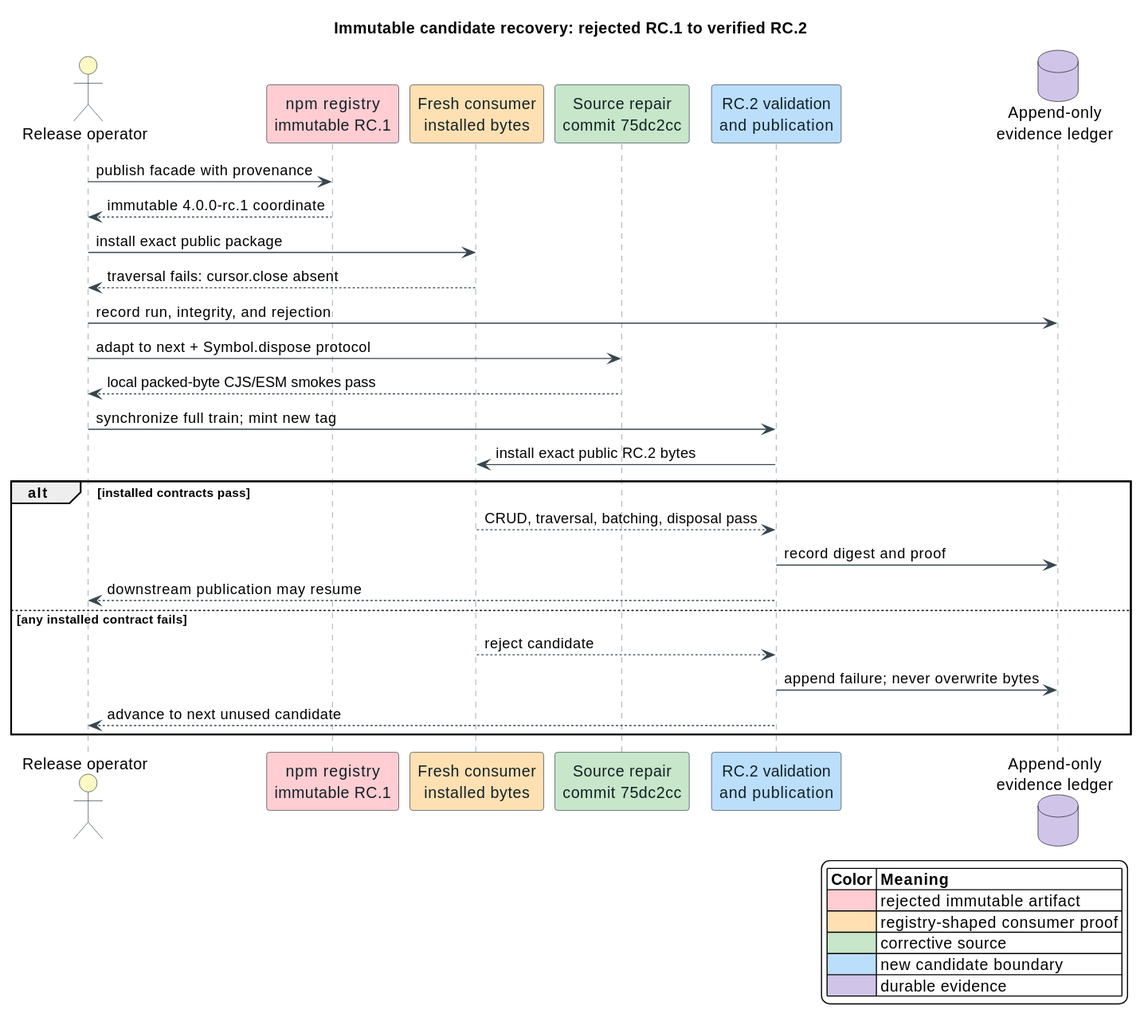
Before: docs/diagrams/bindings/rejected-candidate-recovery.svg, a diagram exported from PlantUML (vinary-tree/liblevenshtein-rust). Its source is kept beside it as docs/diagrams/bindings/rejected-candidate-recovery.puml. The source it was exported from:
```plantuml
@startuml
skinparam backgroundColor #FFFFFF
skinparam shadowing false
skinparam sequence {
  ArrowColor #37474F
  ActorBorderColor #37474F
  LifeLineBorderColor #78909C
  LifeLineBackgroundColor #ECEFF1
  ParticipantBorderColor #37474F
  ParticipantFontColor #102027
}

title Immutable candidate recovery: rejected RC.1 to verified RC.2

actor "Release operator" as OP #FFF9C4
participant "npm registry\nimmutable RC.1" as NPM1 #FFCDD2
participant "Fresh consumer\ninstalled bytes" as CONSUMER #FFE0B2
participant "Source repair\ncommit 75dc2cc" as SOURCE #C8E6C9
participant "RC.2 validation\nand publication" as RC2 #BBDEFB
database "Append-only\nevidence ledger" as LEDGER #D1C4E9

OP -> NPM1 : publish facade with provenance
NPM1 --> OP : immutable 4.0.0-rc.1 coordinate
OP -> CONSUMER : install exact public package
CONSUMER --> OP : traversal fails: cursor.close absent
OP -> LEDGER : record run, integrity, and rejection
OP -> SOURCE : adapt to next + Symbol.dispose protocol
SOURCE --> OP : local packed-byte CJS/ESM smokes pass
OP -> RC2 : synchronize full train; mint new tag
RC2 -> CONSUMER : install exact public RC.2 bytes
alt installed contracts pass
  CONSUMER --> RC2 : CRUD, traversal, batching, disposal pass
  RC2 -> LEDGER : record digest and proof
  RC2 --> OP : downstream publication may resume
else any installed contract fails
  CONSUMER --> RC2 : reject candidate
  RC2 -> LEDGER : append failure; never overwrite bytes
  RC2 --> OP : advance to next unused candidate
end

legend right
  |= Color |= Meaning |
  |<#FFCDD2>| rejected immutable artifact |
  |<#FFE0B2>| registry-shaped consumer proof |
  |<#C8E6C9>| corrective source |
  |<#BBDEFB>| new candidate boundary |
  |<#D1C4E9>| durable evidence |
endlegend
@enduml
```
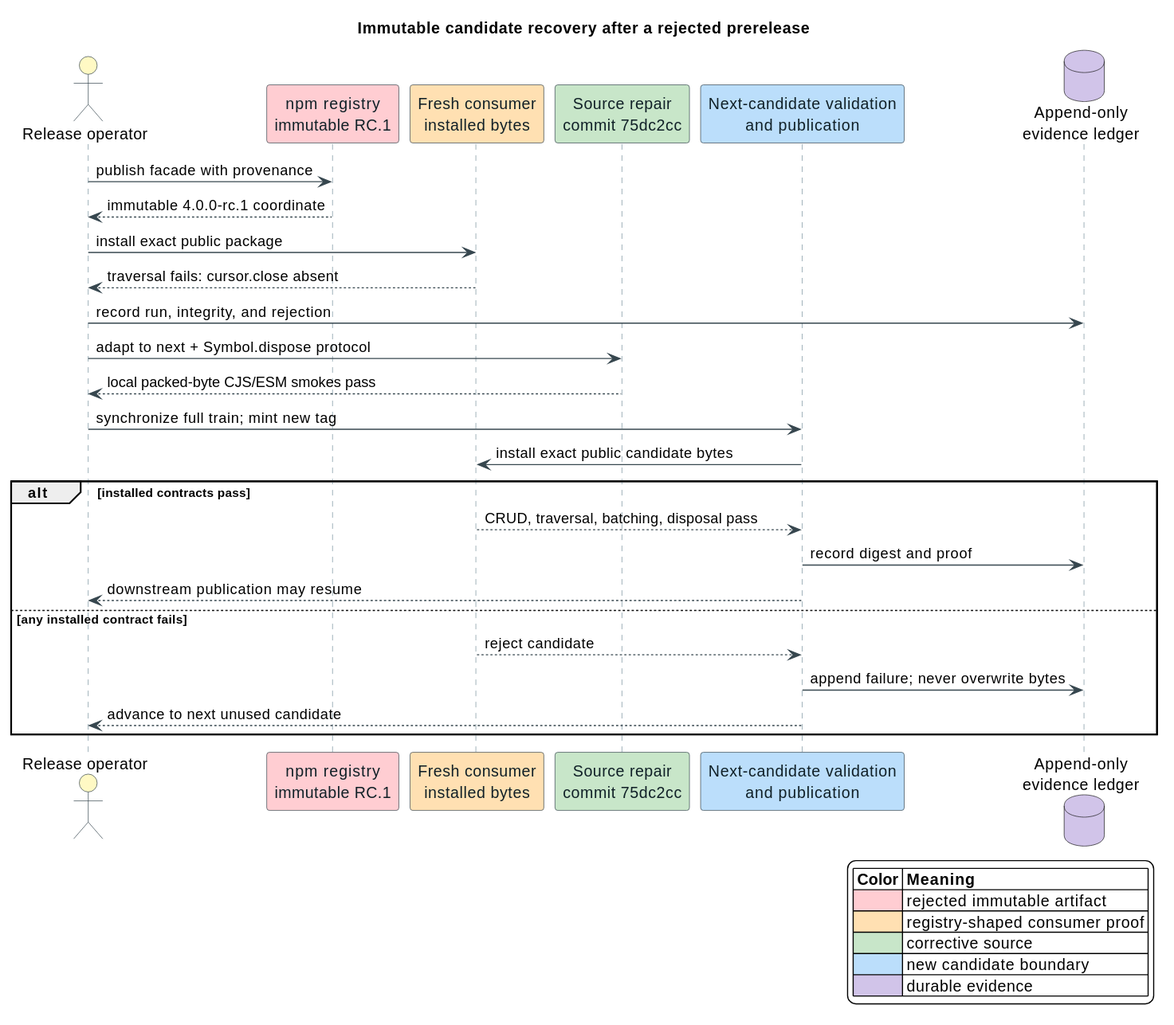
Above is the later version.

The edit, as a diff of the source:
```diff
@@ -10,13 +10,13 @@
   ParticipantFontColor #102027
 }
 
-title Immutable candidate recovery: rejected RC.1 to verified RC.2
+title Immutable candidate recovery after a rejected prerelease
 
 actor "Release operator" as OP #FFF9C4
 participant "npm registry\nimmutable RC.1" as NPM1 #FFCDD2
 participant "Fresh consumer\ninstalled bytes" as CONSUMER #FFE0B2
 participant "Source repair\ncommit 75dc2cc" as SOURCE #C8E6C9
-participant "RC.2 validation\nand publication" as RC2 #BBDEFB
+participant "Next-candidate validation\nand publication" as NEXT #BBDEFB
 database "Append-only\nevidence ledger" as LEDGER #D1C4E9
 
 OP -> NPM1 : publish facade with provenance
@@ -26,16 +26,16 @@
 OP -> LEDGER : record run, integrity, and rejection
 OP -> SOURCE : adapt to next + Symbol.dispose protocol
 SOURCE --> OP : local packed-byte CJS/ESM smokes pass
-OP -> RC2 : synchronize full train; mint new tag
-RC2 -> CONSUMER : install exact public RC.2 bytes
+OP -> NEXT : synchronize full train; mint new tag
+NEXT -> CONSUMER : install exact public candidate bytes
 alt installed contracts pass
-  CONSUMER --> RC2 : CRUD, traversal, batching, disposal pass
-  RC2 -> LEDGER : record digest and proof
-  RC2 --> OP : downstream publication may resume
+  CONSUMER --> NEXT : CRUD, traversal, batching, disposal pass
+  NEXT -> LEDGER : record digest and proof
+  NEXT --> OP : downstream publication may resume
 else any installed contract fails
-  CONSUMER --> RC2 : reject candidate
-  RC2 -> LEDGER : append failure; never overwrite bytes
-  RC2 --> OP : advance to next unused candidate
+  CONSUMER --> NEXT : reject candidate
+  NEXT -> LEDGER : append failure; never overwrite bytes
+  NEXT --> OP : advance to next unused candidate
 end
 
 legend right
```
